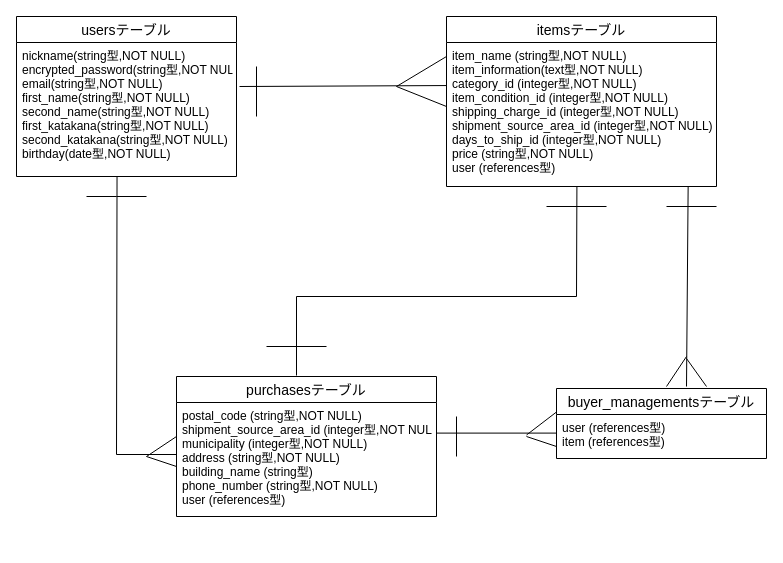
This is furima.dio from Tokunaga-11852/furima-33456, a draw.io file, before an edit. Source tidied: cells renumbered, new cells numbered last; positions are measured from the earlier drawing's top-left corner, leaving out a move shared by most shapes. Both pictures are drawn from the tidied source at 100%, with x=0, y=0 at pixel (16, 16).
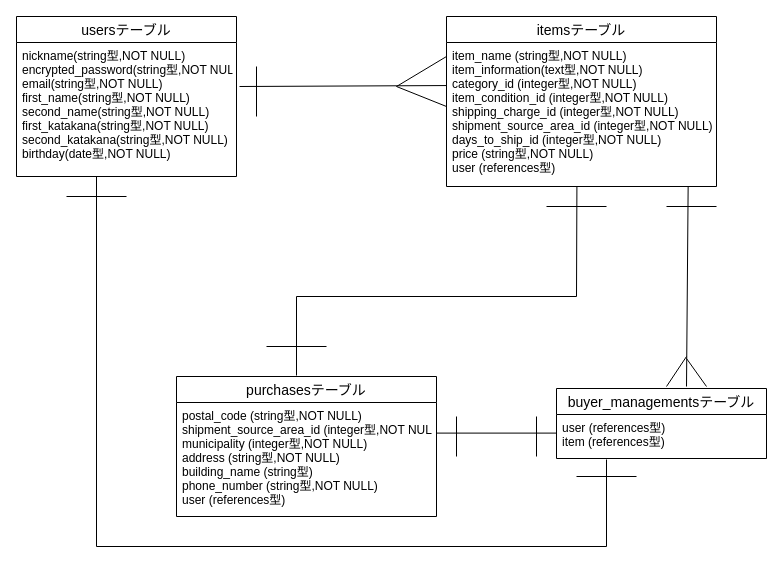
The same page after the edit.

Commit message (it also covers changes not shown here):
5回目　データベース修正

The change refers to these unchanged cells:
```xml
<mxCell id="3" value="nickname(string型,NOT NULL)&#10;encrypted_password(string型,NOT NULL&#10;email(string型,NOT NULL)&#10;first_name(string型,NOT NULL)&#10;second_name(string型,NOT NULL)&#10;first_katakana(string型,NOT NULL)&#10;second_katakana(string型,NOT NULL)&#10;birthday(date型,NOT NULL)" style="text;strokeColor=none;fillColor=none;spacingLeft=4;spacingRight=4;overflow=hidden;points=[[0,0.5],[1,0.5]];portConstraint=eastwest;fontSize=12;" parent="2" vertex="1">
  <mxGeometry y="26" width="220" height="134" as="geometry" />
</mxCell>
```

The edit, as a diff of the source:
```diff
@@
-    <mxCell id="12" style="endArrow=none;html=1;rounded=0;exitX=0.457;exitY=0.999;exitDx=0;exitDy=0;exitPerimeter=0;" parent="1" edge="1" source="3">
-      <mxGeometry relative="1" as="geometry">
-        <mxPoint x="160" y="438" as="targetPoint" />
-        <Array as="points">
-          <mxPoint x="100" y="438" />
-        </Array>
-      </mxGeometry>
-    </mxCell>
@@
     <mxCell id="15" style="endArrow=none;html=1;rounded=0;" parent="1" edge="1">
       <mxGeometry relative="1" as="geometry">
-        <mxPoint x="70" y="180" as="sourcePoint" />
-        <mxPoint x="130" y="180" as="targetPoint" />
+        <mxPoint x="50" y="180" as="sourcePoint" />
+        <mxPoint x="110" y="180" as="targetPoint" />
         <Array as="points">
-          <mxPoint x="100" y="180" />
+          <mxPoint x="80" y="180" />
         </Array>
       </mxGeometry>
     </mxCell>
@@
-    <mxCell id="18" style="endArrow=none;html=1;rounded=0;" parent="1" edge="1">
-      <mxGeometry relative="1" as="geometry">
-        <mxPoint x="130" y="440" as="sourcePoint" />
-        <mxPoint x="160" y="420" as="targetPoint" />
-      </mxGeometry>
-    </mxCell>
-    <mxCell id="19" style="endArrow=none;html=1;rounded=0;" parent="1" edge="1">
-      <mxGeometry relative="1" as="geometry">
-        <mxPoint x="130" y="440" as="sourcePoint" />
-        <mxPoint x="160" y="450" as="targetPoint" />
-      </mxGeometry>
-    </mxCell>
@@
-    <mxCell id="28" style="endArrow=none;html=1;rounded=0;" parent="1" edge="1">
-      <mxGeometry relative="1" as="geometry">
-        <mxPoint x="510" y="418.5" as="sourcePoint" />
-        <mxPoint x="540" y="395.5" as="targetPoint" />
-      </mxGeometry>
-    </mxCell>
@@
     <mxCell id="31" style="endArrow=none;html=1;rounded=0;" parent="1" edge="1">
       <mxGeometry relative="1" as="geometry">
-        <mxPoint x="510" y="420" as="sourcePoint" />
-        <mxPoint x="540" y="430" as="targetPoint" />
+        <mxPoint x="560" y="460" as="sourcePoint" />
+        <mxPoint x="620" y="460" as="targetPoint" />
       </mxGeometry>
     </mxCell>
+    <mxCell id="32" style="endArrow=none;html=1;rounded=0;" parent="1" edge="1">
+      <mxGeometry relative="1" as="geometry">
+        <mxPoint x="80" y="160" as="sourcePoint" />
+        <mxPoint x="80" y="530" as="targetPoint" />
+      </mxGeometry>
+    </mxCell>
+    <mxCell id="33" style="endArrow=none;html=1;rounded=0;" parent="1" edge="1">
+      <mxGeometry relative="1" as="geometry">
+        <mxPoint x="80" y="530" as="sourcePoint" />
+        <mxPoint x="590" y="530" as="targetPoint" />
+      </mxGeometry>
+    </mxCell>
+    <mxCell id="34" style="endArrow=none;html=1;rounded=0;" parent="1" edge="1">
+      <mxGeometry relative="1" as="geometry">
+        <mxPoint x="590" y="530" as="sourcePoint" />
+        <mxPoint x="590" y="443" as="targetPoint" />
+      </mxGeometry>
+    </mxCell>
+    <mxCell id="35" style="endArrow=none;html=1;rounded=0;" parent="1" edge="1">
+      <mxGeometry relative="1" as="geometry">
+        <mxPoint x="520" y="400" as="sourcePoint" />
+        <mxPoint x="520" y="440" as="targetPoint" />
+        <Array as="points">
+          <mxPoint x="520" y="440" />
+        </Array>
+      </mxGeometry>
+    </mxCell>
```
